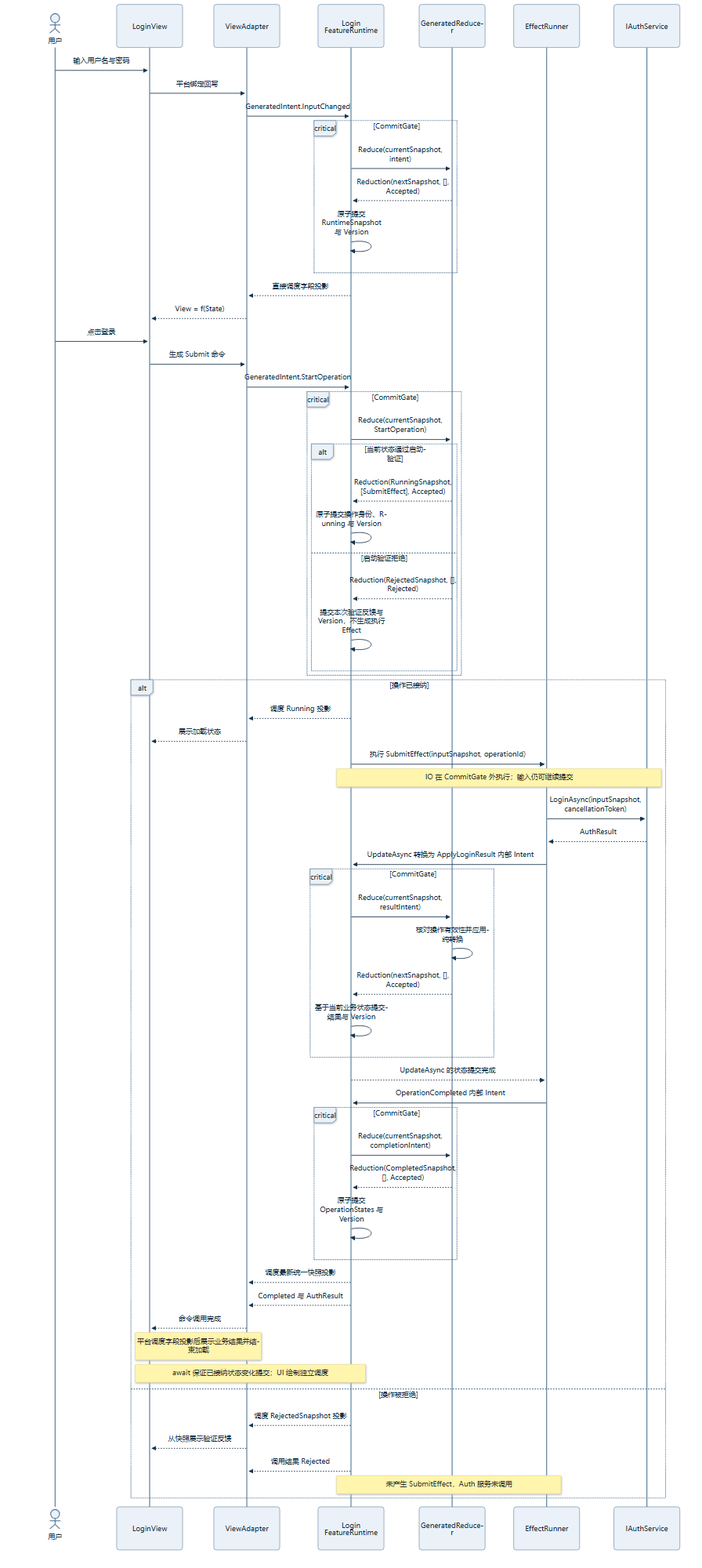
Earlier version of the Mermaid export docs/mvi-next/diagrams/login-sequence.png (MiKiNuo/MVI). Its source is kept beside it as docs/mvi-next/diagrams/login-sequence.mmd.
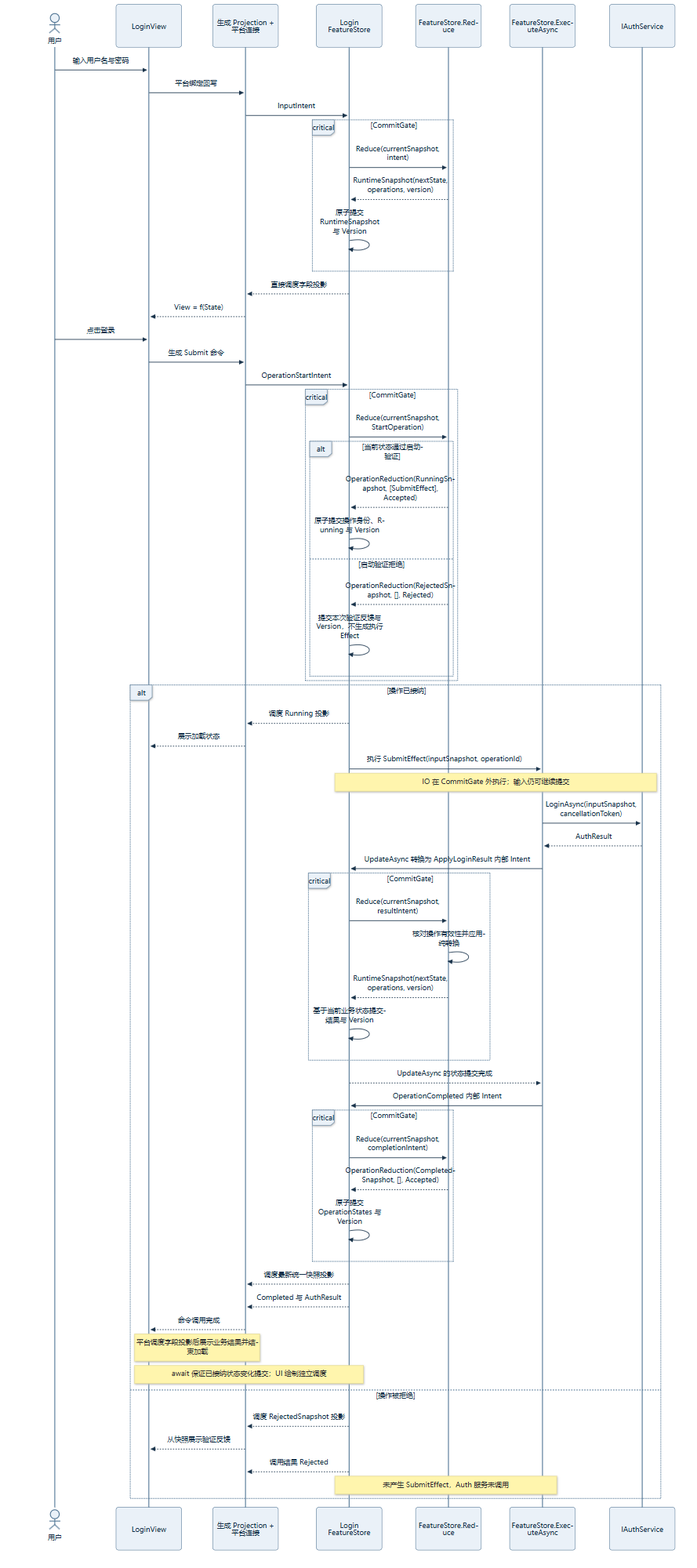
The same diagram one commit later.

The edit, as a diff of the source:
```diff
@@ -1,18 +1,18 @@
 sequenceDiagram
     actor User as 用户
     participant View as LoginView
-    participant Adapter as ViewAdapter
-    participant Runtime as Login FeatureRuntime
-    participant Reducer as GeneratedReducer
-    participant Runner as EffectRunner
+    participant Adapter as 生成 Projection + 平台连接
+    participant Runtime as Login FeatureStore
+    participant Reducer as FeatureStore.Reduce
+    participant Runner as FeatureStore.ExecuteAsync
     participant Auth as IAuthService
 
     User->>View: 输入用户名与密码
     View->>Adapter: 平台绑定回写
-    Adapter->>Runtime: GeneratedIntent.InputChanged
+    Adapter->>Runtime: InputIntent
     critical CommitGate
         Runtime->>Reducer: Reduce(currentSnapshot, intent)
-        Reducer-->>Runtime: Reduction(nextSnapshot, [], Accepted)
+        Reducer-->>Runtime: RuntimeSnapshot(nextState, operations, version)
         Runtime->>Runtime: 原子提交 RuntimeSnapshot 与 Version
     end
     Runtime-->>Adapter: 直接调度字段投影
@@ -20,14 +20,14 @@
 
     User->>View: 点击登录
     View->>Adapter: 生成 Submit 命令
-    Adapter->>Runtime: GeneratedIntent.StartOperation
+    Adapter->>Runtime: OperationStartIntent
     critical CommitGate
         Runtime->>Reducer: Reduce(currentSnapshot, StartOperation)
         alt 当前状态通过启动验证
-            Reducer-->>Runtime: Reduction(RunningSnapshot, [SubmitEffect], Accepted)
+            Reducer-->>Runtime: OperationReduction(RunningSnapshot, [SubmitEffect], Accepted)
             Runtime->>Runtime: 原子提交操作身份、Running 与 Version
         else 启动验证拒绝
-            Reducer-->>Runtime: Reduction(RejectedSnapshot, [], Rejected)
+            Reducer-->>Runtime: OperationReduction(RejectedSnapshot, [], Rejected)
             Runtime->>Runtime: 提交本次验证反馈与 Version，不生成执行 Effect
         end
     end
@@ -43,14 +43,14 @@
         critical CommitGate
             Runtime->>Reducer: Reduce(currentSnapshot, resultIntent)
             Reducer->>Reducer: 核对操作有效性并应用纯转换
-            Reducer-->>Runtime: Reduction(nextSnapshot, [], Accepted)
+            Reducer-->>Runtime: RuntimeSnapshot(nextState, operations, version)
             Runtime->>Runtime: 基于当前业务状态提交结果与 Version
         end
         Runtime-->>Runner: UpdateAsync 的状态提交完成
         Runner->>Runtime: OperationCompleted 内部 Intent
         critical CommitGate
             Runtime->>Reducer: Reduce(currentSnapshot, completionIntent)
-            Reducer-->>Runtime: Reduction(CompletedSnapshot, [], Accepted)
+            Reducer-->>Runtime: OperationReduction(CompletedSnapshot, [], Accepted)
             Runtime->>Runtime: 原子提交 OperationStates 与 Version
         end
         Runtime-->>Adapter: 调度最新统一快照投影
```
